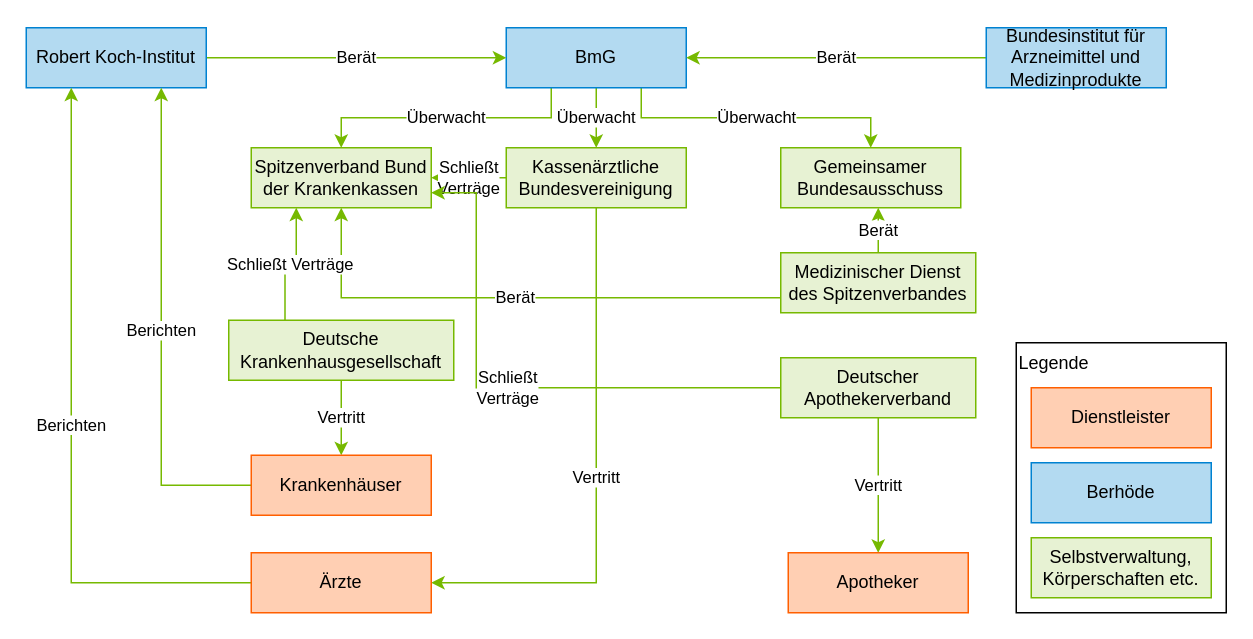
The draw.io diagram Bilder/GesundheitssystemAkteureBund.drawio in dabrowskiw/VL-EinfuehrungGesundheitsinformatik, before the edit. Source tidied: cells renumbered, new cells numbered last; positions are measured from the earlier drawing's top-left corner, leaving out a move shared by most shapes. Both pictures are drawn from the tidied source at 150%, with x=0, y=0 at pixel (26, 27).
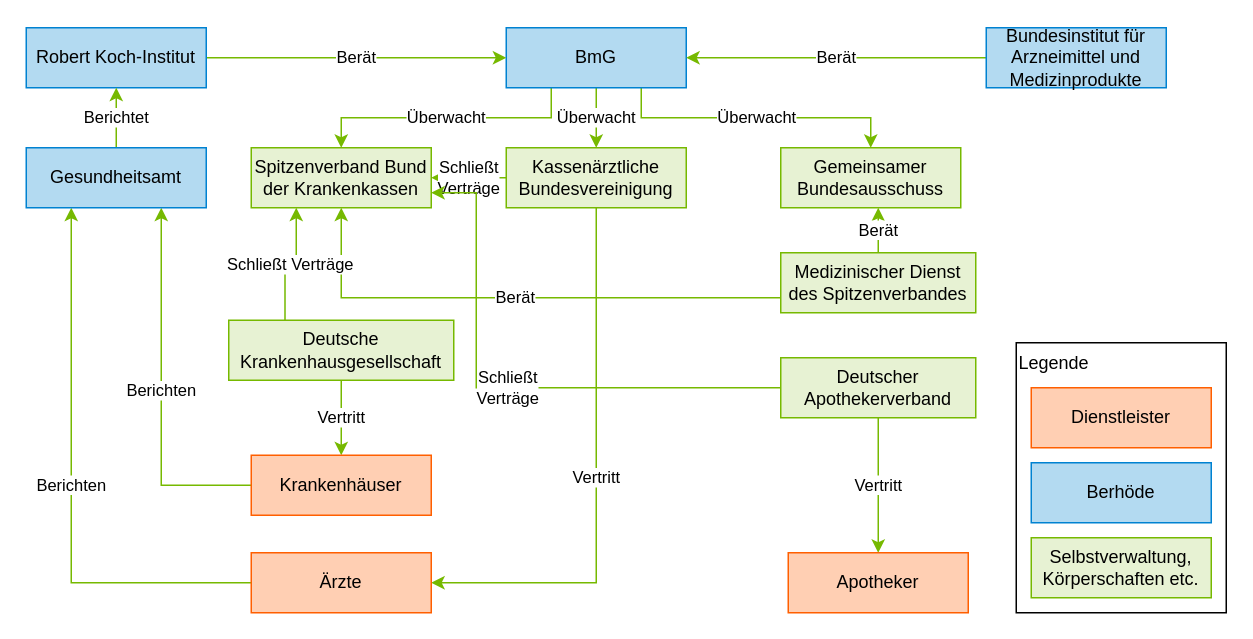
After the change.

The change refers to these unchanged cells:
```xml
<mxCell id="18" value="Robert Koch-Institut" style="rounded=0;whiteSpace=wrap;html=1;fillColor=#B3DAF1;strokeColor=#0082D1;fontColor=#000000;" parent="1" vertex="1">
  <mxGeometry width="120" height="40" as="geometry" />
</mxCell>
<mxCell id="20" value="Krankenhäuser" style="rounded=0;whiteSpace=wrap;html=1;fillColor=#FFCFB3;strokeColor=#FF5F00;fontColor=#000000;" parent="1" vertex="1">
  <mxGeometry x="150" y="285" width="120" height="40" as="geometry" />
</mxCell>
<mxCell id="22" value="Ärzte" style="rounded=0;whiteSpace=wrap;html=1;fillColor=#FFCFB3;strokeColor=#FF5F00;fontColor=#000000;" parent="1" vertex="1">
  <mxGeometry x="150" y="350" width="120" height="40" as="geometry" />
</mxCell>
```

What changed in the source:
```diff
@@
-    <mxCell id="19" value="Berichten" style="edgeStyle=orthogonalEdgeStyle;rounded=0;jettySize=auto;html=1;exitX=0;exitY=0.5;exitDx=0;exitDy=0;entryX=0.75;entryY=1;entryDx=0;entryDy=0;strokeColor=#76B900;" parent="1" edge="1" source="20" target="18">
+    <mxCell id="19" value="Berichten" style="edgeStyle=orthogonalEdgeStyle;rounded=0;jettySize=auto;html=1;exitX=0;exitY=0.5;exitDx=0;exitDy=0;entryX=0.75;entryY=1;entryDx=0;entryDy=0;strokeColor=#76B900;" parent="1" edge="1" source="20" target="34">
       <mxGeometry relative="1" as="geometry" />
     </mxCell>
@@
-    <mxCell id="21" value="Berichten" style="edgeStyle=orthogonalEdgeStyle;rounded=0;jettySize=auto;html=1;exitX=0;exitY=0.5;exitDx=0;exitDy=0;entryX=0.25;entryY=1;entryDx=0;entryDy=0;strokeColor=#76B900;" parent="1" edge="1" source="22" target="18">
+    <mxCell id="21" value="Berichten" style="edgeStyle=orthogonalEdgeStyle;rounded=0;jettySize=auto;html=1;exitX=0;exitY=0.5;exitDx=0;exitDy=0;entryX=0.25;entryY=1;entryDx=0;entryDy=0;strokeColor=#76B900;" parent="1" edge="1" source="22" target="34">
       <mxGeometry relative="1" as="geometry" />
     </mxCell>
@@
+    <mxCell id="33" value="Berichtet" style="edgeStyle=orthogonalEdgeStyle;rounded=0;jettySize=auto;html=1;exitX=0.5;exitY=0;exitDx=0;exitDy=0;strokeColor=#76B900;" parent="1" edge="1" source="34" target="18">
+      <mxGeometry relative="1" as="geometry" />
+    </mxCell>
+    <mxCell id="34" value="Gesundheitsamt" style="rounded=0;whiteSpace=wrap;html=1;fillColor=#B3DAF1;strokeColor=#0082D1;fontColor=#000000;" parent="1" vertex="1">
+      <mxGeometry y="80" width="120" height="40" as="geometry" />
+    </mxCell>
```
